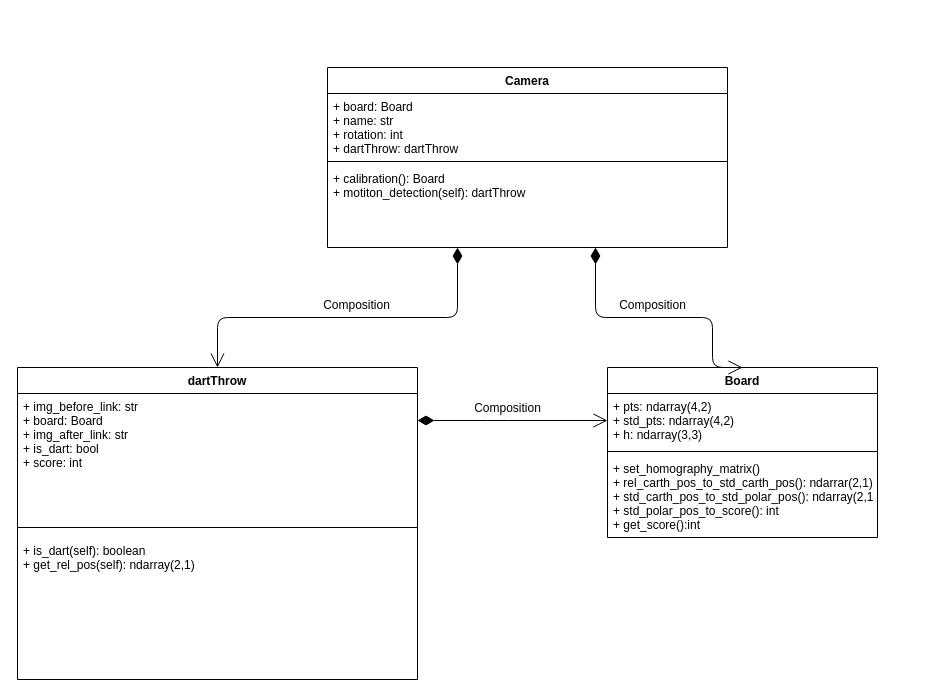
Above: page "Class diagram UML" (2 of 2) of dart_project.drawio in j0j0i996/dart-vader-detection (draw.io), before the change. Source tidied: cells renumbered, new cells numbered last; positions are measured from the earlier drawing's top-left corner, leaving out a move shared by most shapes. Both pictures are drawn from the tidied source at 100%, with x=0, y=0 at pixel (17, 67).
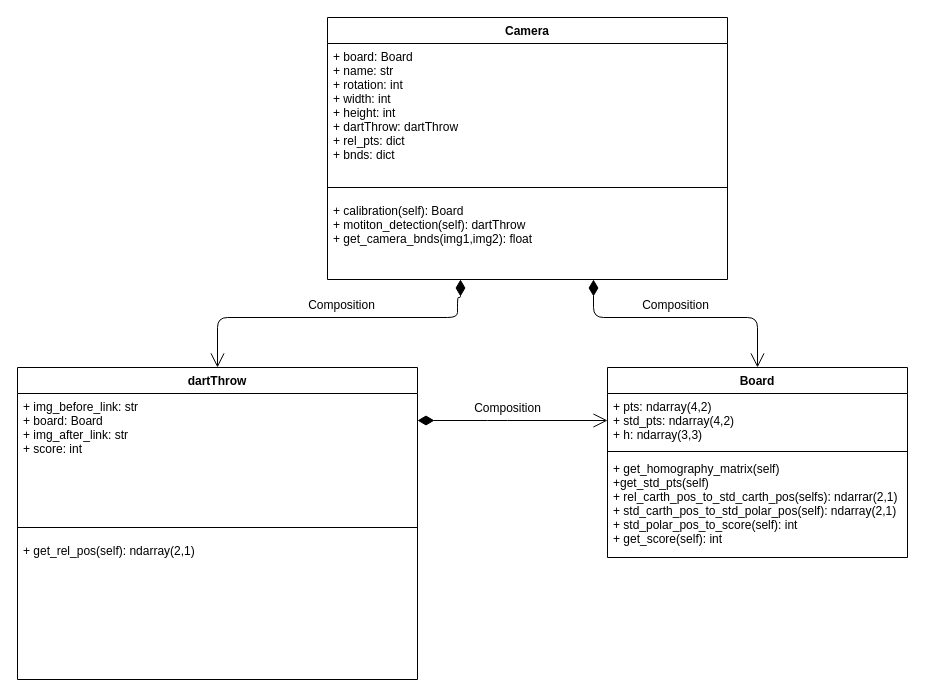
Above is the later version.

Unchanged cells that the change refers to:
```xml
<mxCell id="2" value="dartThrow" style="swimlane;fontStyle=1;align=center;verticalAlign=top;horizontal=1;startSize=26;" parent="1" vertex="1">
  <mxGeometry y="300" width="400" height="312" as="geometry" />
</mxCell>
```

Change to the diagram source:
```diff
@@
-    <mxCell id="3" value="+ img_before_link: str&#10;+ board: Board&#10;+ img_after_link: str&#10;+ is_dart: bool&#10;+ score: int" style="text;strokeColor=none;fillColor=none;align=left;verticalAlign=top;spacingLeft=4;spacingRight=4;overflow=hidden;" parent="2" vertex="1">
+    <mxCell id="3" value="+ img_before_link: str&#10;+ board: Board&#10;+ img_after_link: str&#10;+ score: int" style="text;strokeColor=none;fillColor=none;align=left;verticalAlign=top;spacingLeft=4;spacingRight=4;overflow=hidden;" parent="2" vertex="1">
       <mxGeometry y="26" width="400" height="124" as="geometry" />
     </mxCell>
@@
-    <mxCell id="5" value="+ is_dart(self): boolean&#10;+ get_rel_pos(self): ndarray(2,1)" style="text;strokeColor=none;fillColor=none;align=left;verticalAlign=top;spacingLeft=4;spacingRight=4;overflow=hidden;" parent="2" vertex="1">
+    <mxCell id="5" value="+ get_rel_pos(self): ndarray(2,1)" style="text;strokeColor=none;fillColor=none;align=left;verticalAlign=top;spacingLeft=4;spacingRight=4;overflow=hidden;" parent="2" vertex="1">
       <mxGeometry y="170" width="400" height="142" as="geometry" />
     </mxCell>
     <mxCell id="6" value="Camera" style="swimlane;fontStyle=1;align=center;verticalAlign=top;horizontal=1;startSize=26;" parent="1" vertex="1">
-      <mxGeometry x="310" width="400" height="180" as="geometry" />
+      <mxGeometry x="310" y="-50" width="400" height="262" as="geometry" />
     </mxCell>
-    <mxCell id="7" value="+ board: Board&#10;+ name: str&#10;+ rotation: int&#10;+ dartThrow: dartThrow" style="text;strokeColor=none;fillColor=none;align=left;verticalAlign=top;spacingLeft=4;spacingRight=4;overflow=hidden;" parent="6" vertex="1">
-      <mxGeometry y="26" width="400" height="64" as="geometry" />
+    <mxCell id="7" value="+ board: Board&#10;+ name: str&#10;+ rotation: int&#10;+ width: int&#10;+ height: int&#10;+ dartThrow: dartThrow&#10;+ rel_pts: dict&#10;+ bnds: dict" style="text;strokeColor=none;fillColor=none;align=left;verticalAlign=top;spacingLeft=4;spacingRight=4;overflow=hidden;" parent="6" vertex="1">
+      <mxGeometry y="26" width="400" height="134" as="geometry" />
     </mxCell>
     <mxCell id="8" style="line;strokeWidth=1;fillColor=none;align=left;verticalAlign=middle;spacingTop=-1;spacingLeft=3;spacingRight=3;labelPosition=right;" parent="6" vertex="1">
-      <mxGeometry y="90" width="400" height="8" as="geometry" />
+      <mxGeometry y="160" width="400" height="20" as="geometry" />
     </mxCell>
-    <mxCell id="9" value="+ calibration(): Board&#10;+ motiton_detection(self): dartThrow" style="text;strokeColor=none;fillColor=none;align=left;verticalAlign=top;spacingLeft=4;spacingRight=4;overflow=hidden;points=[[0,0.5],[1,0.5]];portConstraint=eastwest;" parent="6" vertex="1">
-      <mxGeometry y="98" width="400" height="82" as="geometry" />
+    <mxCell id="9" value="+ calibration(self): Board&#10;+ motiton_detection(self): dartThrow&#10;+ get_camera_bnds(img1,img2): float" style="text;strokeColor=none;fillColor=none;align=left;verticalAlign=top;spacingLeft=4;spacingRight=4;overflow=hidden;points=[[0,0.5],[1,0.5]];portConstraint=eastwest;" parent="6" vertex="1">
+      <mxGeometry y="180" width="400" height="82" as="geometry" />
     </mxCell>
     <mxCell id="10" value="Board" style="swimlane;fontStyle=1;align=center;verticalAlign=top;horizontal=1;startSize=26;" parent="1" vertex="1">
-      <mxGeometry x="590" y="300" width="270" height="170" as="geometry" />
+      <mxGeometry x="590" y="300" width="300" height="190" as="geometry" />
     </mxCell>
     <mxCell id="11" value="+ pts: ndarray(4,2)&#10;+ std_pts: ndarray(4,2)&#10;+ h: ndarray(3,3)" style="text;strokeColor=none;fillColor=none;align=left;verticalAlign=top;spacingLeft=4;spacingRight=4;overflow=hidden;points=[[0,0.5],[1,0.5]];portConstraint=eastwest;" parent="10" vertex="1">
-      <mxGeometry y="26" width="270" height="54" as="geometry" />
+      <mxGeometry y="26" width="300" height="54" as="geometry" />
     </mxCell>
     <mxCell id="12" style="line;strokeWidth=1;fillColor=none;align=left;verticalAlign=middle;spacingTop=-1;spacingLeft=3;spacingRight=3;labelPosition=right;" parent="10" vertex="1">
-      <mxGeometry y="80" width="270" height="8" as="geometry" />
+      <mxGeometry y="80" width="300" height="8" as="geometry" />
     </mxCell>
-    <mxCell id="13" value="+ set_homography_matrix()&#10;+ rel_carth_pos_to_std_carth_pos(): ndarrar(2,1)&#10;+ std_carth_pos_to_std_polar_pos(): ndarray(2,1)&#10;+ std_polar_pos_to_score(): int&#10;+ get_score():int" style="text;strokeColor=none;fillColor=none;align=left;verticalAlign=top;spacingLeft=4;spacingRight=4;overflow=hidden;" parent="10" vertex="1">
-      <mxGeometry y="88" width="270" height="82" as="geometry" />
+    <mxCell id="13" value="+ get_homography_matrix(self)&#10;+get_std_pts(self)&#10;+ rel_carth_pos_to_std_carth_pos(selfs): ndarrar(2,1)&#10;+ std_carth_pos_to_std_polar_pos(self): ndarray(2,1)&#10;+ std_polar_pos_to_score(self): int&#10;+ get_score(self): int" style="text;strokeColor=none;fillColor=none;align=left;verticalAlign=top;spacingLeft=4;spacingRight=4;overflow=hidden;" parent="10" vertex="1">
+      <mxGeometry y="88" width="300" height="102" as="geometry" />
     </mxCell>
-    <mxCell id="14" value="&lt;font style=&quot;font-size: 12px ; line-height: 100%&quot;&gt;Composition&lt;/font&gt;" style="endArrow=open;html=1;endSize=12;startArrow=diamondThin;startSize=14;startFill=1;edgeStyle=orthogonalEdgeStyle;align=center;verticalAlign=bottom;fontSize=25;entryX=0.5;entryY=0;entryDx=0;entryDy=0;" parent="1" edge="1" target="10">
+    <mxCell id="14" value="&lt;font style=&quot;font-size: 12px ; line-height: 100%&quot;&gt;Composition&lt;/font&gt;" style="endArrow=open;html=1;endSize=12;startArrow=diamondThin;startSize=14;startFill=1;edgeStyle=orthogonalEdgeStyle;align=center;verticalAlign=bottom;fontSize=25;entryX=0.5;entryY=0;entryDx=0;entryDy=0;" parent="1" edge="1" source="9" target="10">
       <mxGeometry x="-0.05" relative="1" as="geometry">
-        <mxPoint x="578" y="180" as="sourcePoint" />
         <Array as="points">
-          <mxPoint x="578" y="250" />
-          <mxPoint x="695" y="250" />
+          <mxPoint x="576" y="250" />
+          <mxPoint x="740" y="250" />
         </Array>
       </mxGeometry>
     </mxCell>
-    <mxCell id="15" value="&lt;font style=&quot;font-size: 12px ; line-height: 100%&quot;&gt;Composition&lt;/font&gt;" style="endArrow=open;html=1;endSize=12;startArrow=diamondThin;startSize=14;startFill=1;edgeStyle=orthogonalEdgeStyle;align=center;verticalAlign=bottom;fontSize=25;entryX=0.5;entryY=0;entryDx=0;entryDy=0;" parent="1" edge="1" target="2">
+    <mxCell id="15" value="&lt;font style=&quot;font-size: 12px ; line-height: 100%&quot;&gt;Composition&lt;/font&gt;" style="endArrow=open;html=1;endSize=12;startArrow=diamondThin;startSize=14;startFill=1;edgeStyle=orthogonalEdgeStyle;align=center;verticalAlign=bottom;fontSize=25;entryX=0.5;entryY=0;entryDx=0;entryDy=0;" parent="1" edge="1" source="9" target="2">
       <mxGeometry x="-0.05" relative="1" as="geometry">
-        <mxPoint x="440" y="180" as="sourcePoint" />
         <Array as="points">
+          <mxPoint x="443" y="230" />
+          <mxPoint x="440" y="230" />
           <mxPoint x="440" y="250" />
           <mxPoint x="200" y="250" />
         </Array>
       </mxGeometry>
     </mxCell>
```
